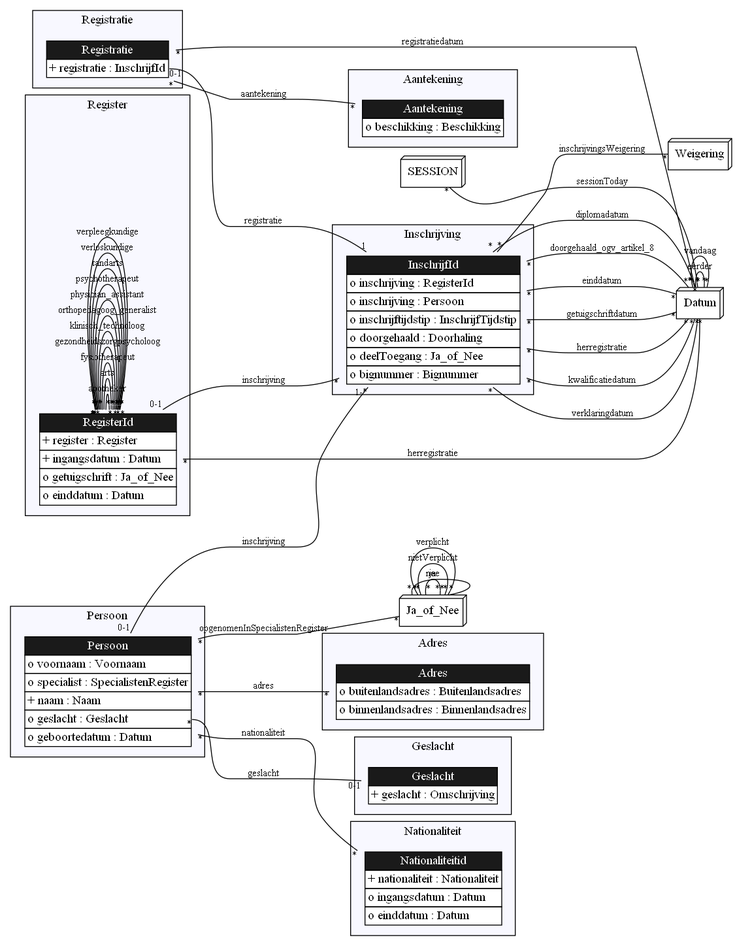
Earlier version of the Graphviz export docs/images/LogicalDataModel_Grouped_By_Pattern.png (gedelaar/BIG). Its source is kept beside it as docs/images/LogicalDataModel_Grouped_By_Pattern.gv.
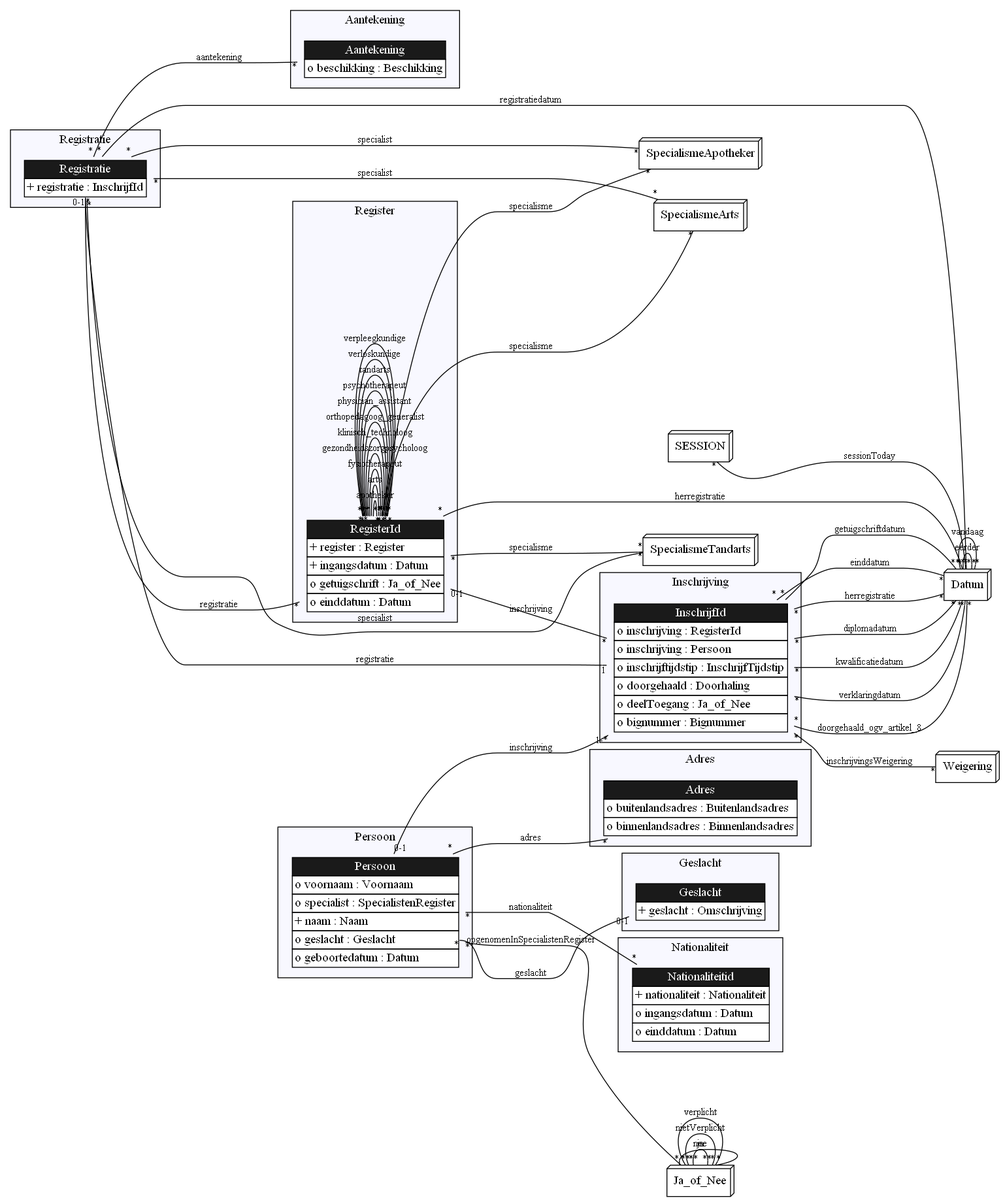
Later version of the same file.

Diff of the diagram source:
```diff
@@ -6,6 +6,14 @@
 	edge [fontsize=11,
 		minlen=4
 	];
+	subgraph cluster_Nationaliteit {
+		graph [bgcolor=ghostwhite,
+			label=Nationaliteit
+		];
+		Nationaliteitid	[color=purple,
+			label=<<TABLE BGCOLOR="white" COLOR="black" BORDER="0" CELLBORDER="1" CELLSPACING="0"><TR><TD BGCOLOR="gray10" COLOR="black"><FONT COLOR="white">Nationaliteitid</FONT></TD></TR><TR><TD ALIGN="LEFT" PORT="nationaliteit">+ nationaliteit : Nationaliteit</TD></TR><TR><TD ALIGN="LEFT" PORT="ingangsdatum">o ingangsdatum : Datum</TD></TR><TR><TD ALIGN="LEFT" PORT="einddatum">o einddatum : Datum</TD></TR></TABLE>>,
+			shape=plaintext];
+	}
 	subgraph cluster_Inschrijving {
 		graph [bgcolor=ghostwhite,
 			label=Inschrijving
@@ -20,22 +28,6 @@
 		];
 		Aantekening	[color=purple,
 			label=<<TABLE BGCOLOR="white" COLOR="black" BORDER="0" CELLBORDER="1" CELLSPACING="0"><TR><TD BGCOLOR="gray10" COLOR="black"><FONT COLOR="white">Aantekening</FONT></TD></TR><TR><TD ALIGN="LEFT" PORT="beschikking">o beschikking : Beschikking</TD></TR></TABLE>>,
-			shape=plaintext];
-	}
-	subgraph cluster_Adres {
-		graph [bgcolor=ghostwhite,
-			label=Adres
-		];
-		Adres	[color=purple,
-			label=<<TABLE BGCOLOR="white" COLOR="black" BORDER="0" CELLBORDER="1" CELLSPACING="0"><TR><TD BGCOLOR="gray10" COLOR="black"><FONT COLOR="white">Adres</FONT></TD></TR><TR><TD ALIGN="LEFT" PORT="buitenlandsadres">o buitenlandsadres : Buitenlandsadres</TD></TR><TR><TD ALIGN="LEFT" PORT="binnenlandsadres">o binnenlandsadres : Binnenlandsadres</TD></TR></TABLE>>,
-			shape=plaintext];
-	}
-	subgraph cluster_Persoon {
-		graph [bgcolor=ghostwhite,
-			label=Persoon
-		];
-		Persoon	[color=purple,
-			label=<<TABLE BGCOLOR="white" COLOR="black" BORDER="0" CELLBORDER="1" CELLSPACING="0"><TR><TD BGCOLOR="gray10" COLOR="black"><FONT COLOR="white">Persoon</FONT></TD></TR><TR><TD ALIGN="LEFT" PORT="voornaam">o voornaam : Voornaam</TD></TR><TR><TD ALIGN="LEFT" PORT="specialist">o specialist : SpecialistenRegister</TD></TR><TR><TD ALIGN="LEFT" PORT="naam">+ naam : Naam</TD></TR><TR><TD ALIGN="LEFT" PORT="geslacht">o geslacht : Geslacht</TD></TR><TR><TD ALIGN="LEFT" PORT="geboortedatum">o geboortedatum : Datum</TD></TR></TABLE>>,
 			shape=plaintext];
 	}
 	subgraph cluster_Geslacht {
@@ -109,20 +101,28 @@
 			labelfloat=true,
 			taillabel="*"];
 	}
+	subgraph cluster_Persoon {
+		graph [bgcolor=ghostwhite,
+			label=Persoon
+		];
+		Persoon	[color=purple,
+			label=<<TABLE BGCOLOR="white" COLOR="black" BORDER="0" CELLBORDER="1" CELLSPACING="0"><TR><TD BGCOLOR="gray10" COLOR="black"><FONT COLOR="white">Persoon</FONT></TD></TR><TR><TD ALIGN="LEFT" PORT="voornaam">o voornaam : Voornaam</TD></TR><TR><TD ALIGN="LEFT" PORT="specialist">o specialist : SpecialistenRegister</TD></TR><TR><TD ALIGN="LEFT" PORT="naam">+ naam : Naam</TD></TR><TR><TD ALIGN="LEFT" PORT="geslacht">o geslacht : Geslacht</TD></TR><TR><TD ALIGN="LEFT" PORT="geboortedatum">o geboortedatum : Datum</TD></TR></TABLE>>,
+			shape=plaintext];
+	}
+	subgraph cluster_Adres {
+		graph [bgcolor=ghostwhite,
+			label=Adres
+		];
+		Adres	[color=purple,
+			label=<<TABLE BGCOLOR="white" COLOR="black" BORDER="0" CELLBORDER="1" CELLSPACING="0"><TR><TD BGCOLOR="gray10" COLOR="black"><FONT COLOR="white">Adres</FONT></TD></TR><TR><TD ALIGN="LEFT" PORT="buitenlandsadres">o buitenlandsadres : Buitenlandsadres</TD></TR><TR><TD ALIGN="LEFT" PORT="binnenlandsadres">o binnenlandsadres : Binnenlandsadres</TD></TR></TABLE>>,
+			shape=plaintext];
+	}
 	subgraph cluster_Registratie {
 		graph [bgcolor=ghostwhite,
 			label=Registratie
 		];
 		Registratie	[color=purple,
 			label=<<TABLE BGCOLOR="white" COLOR="black" BORDER="0" CELLBORDER="1" CELLSPACING="0"><TR><TD BGCOLOR="gray10" COLOR="black"><FONT COLOR="white">Registratie</FONT></TD></TR><TR><TD ALIGN="LEFT" PORT="registratie">+ registratie : InschrijfId</TD></TR></TABLE>>,
-			shape=plaintext];
-	}
-	subgraph cluster_Nationaliteit {
-		graph [bgcolor=ghostwhite,
-			label=Nationaliteit
-		];
-		Nationaliteitid	[color=purple,
-			label=<<TABLE BGCOLOR="white" COLOR="black" BORDER="0" CELLBORDER="1" CELLSPACING="0"><TR><TD BGCOLOR="gray10" COLOR="black"><FONT COLOR="white">Nationaliteitid</FONT></TD></TR><TR><TD ALIGN="LEFT" PORT="nationaliteit">+ nationaliteit : Nationaliteit</TD></TR><TR><TD ALIGN="LEFT" PORT="ingangsdatum">o ingangsdatum : Datum</TD></TR><TR><TD ALIGN="LEFT" PORT="einddatum">o einddatum : Datum</TD></TR></TABLE>>,
 			shape=plaintext];
 	}
 	Datum	[label=Datum,
@@ -206,6 +206,27 @@
 		label=herregistratie,
 		labelfloat=true,
 		taillabel="*"];
+	SpecialismeApotheker	[label=SpecialismeApotheker,
+		shape=box3d];
+	RegisterId:specialisme -> SpecialismeApotheker	[arrowhead=onone,
+		headlabel="*",
+		label=specialisme,
+		labelfloat=true,
+		taillabel="*"];
+	SpecialismeArts	[label=SpecialismeArts,
+		shape=box3d];
+	RegisterId:specialisme -> SpecialismeArts	[arrowhead=onone,
+		headlabel="*",
+		label=specialisme,
+		labelfloat=true,
+		taillabel="*"];
+	SpecialismeTandarts	[label=SpecialismeTandarts,
+		shape=box3d];
+	RegisterId:specialisme -> SpecialismeTandarts	[arrowhead=onone,
+		headlabel="*",
+		label=specialisme,
+		labelfloat=true,
+		taillabel="*"];
 	Registratie:aantekening -> Aantekening	[arrowhead=onone,
 		headlabel="*",
 		label=aantekening,
@@ -216,9 +237,29 @@
 		label=registratie,
 		labelfloat=true,
 		taillabel="0-1"];
+	Registratie:registratie -> RegisterId	[arrowhead=onone,
+		headlabel="*",
+		label=registratie,
+		labelfloat=true,
+		taillabel="*"];
 	Registratie:registratiedatum -> Datum	[arrowhead=onone,
 		headlabel="*",
 		label=registratiedatum,
+		labelfloat=true,
+		taillabel="*"];
+	Registratie:specialist -> SpecialismeApotheker	[arrowhead=onone,
+		headlabel="*",
+		label=specialist,
+		labelfloat=true,
+		taillabel="*"];
+	Registratie:specialist -> SpecialismeArts	[arrowhead=onone,
+		headlabel="*",
+		label=specialist,
+		labelfloat=true,
+		taillabel="*"];
+	Registratie:specialist -> SpecialismeTandarts	[arrowhead=onone,
+		headlabel="*",
+		label=specialist,
 		labelfloat=true,
 		taillabel="*"];
 	Datum:eerder -> Datum	[arrowhead=onone,
```
